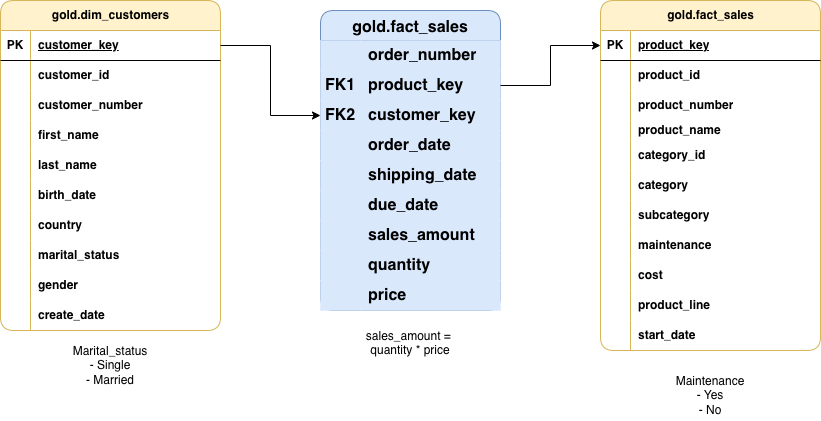
richieinthecloud/sql-datawarehouse-project keeps this draw.io diagram as documents/data-model-star-schema.png. Above is the earlier version. Source tidied: cells renumbered, new cells last; positions are measured from the earlier drawing's top-left corner, leaving out a move shared by most shapes.
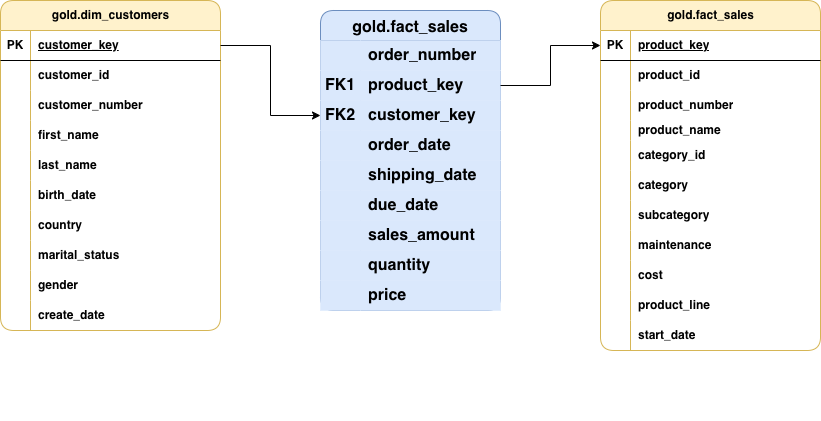
Above is the later version.

Change to the diagram source:
```diff
@@ -287,13 +287,13 @@
     <mxCell id="96" style="edgeStyle=orthogonalEdgeStyle;rounded=0;jettySize=auto;html=1;exitX=1;exitY=0.5;exitDx=0;exitDy=0;entryX=0;entryY=0.5;entryDx=0;entryDy=0;" parent="1" edge="1" source="71" target="34">
       <mxGeometry relative="1" as="geometry" />
     </mxCell>
-    <mxCell id="97" value="Marital_status&lt;div&gt;- Single&lt;/div&gt;&lt;div&gt;- Married&lt;/div&gt;" style="text;html=1;whiteSpace=wrap;strokeColor=none;fillColor=none;align=center;verticalAlign=middle;rounded=0;" parent="1" vertex="1">
+    <mxCell id="97" value="Marital_status&lt;div&gt;- Single&lt;/div&gt;&lt;div&gt;- Married&lt;/div&gt;" style="text;html=1;whiteSpace=wrap;strokeColor=none;fillColor=none;align=center;verticalAlign=middle;rounded=0;fontColor=light-dark(#ffffff, #ededed);" parent="1" vertex="1">
       <mxGeometry x="80" y="350" width="60" height="30" as="geometry" />
     </mxCell>
-    <mxCell id="98" value="sales_amount =&amp;nbsp;&lt;div&gt;quantity * price&lt;/div&gt;&lt;div&gt;&lt;br&gt;&lt;/div&gt;" style="text;html=1;whiteSpace=wrap;strokeColor=none;fillColor=none;align=center;verticalAlign=middle;rounded=0;" parent="1" vertex="1">
+    <mxCell id="98" value="sales_amount =&amp;nbsp;&lt;div&gt;quantity * price&lt;/div&gt;&lt;div&gt;&lt;br&gt;&lt;/div&gt;" style="text;html=1;whiteSpace=wrap;strokeColor=none;fillColor=none;align=center;verticalAlign=middle;rounded=0;fontColor=light-dark(#ffffff, #ededed);" parent="1" vertex="1">
       <mxGeometry x="355" y="320" width="110" height="60" as="geometry" />
     </mxCell>
-    <mxCell id="99" value="Maintenance&lt;div&gt;- Yes&lt;/div&gt;&lt;div&gt;- No&lt;/div&gt;" style="text;html=1;whiteSpace=wrap;strokeColor=none;fillColor=none;align=center;verticalAlign=middle;rounded=0;" parent="1" vertex="1">
+    <mxCell id="99" value="Maintenance&lt;div&gt;- Yes&lt;/div&gt;&lt;div&gt;- No&lt;/div&gt;" style="text;html=1;whiteSpace=wrap;strokeColor=none;fillColor=none;align=center;verticalAlign=middle;rounded=0;fontColor=#FFFFFF;" parent="1" vertex="1">
       <mxGeometry x="655" y="370" width="110" height="50" as="geometry" />
     </mxCell>
   </root>
```
